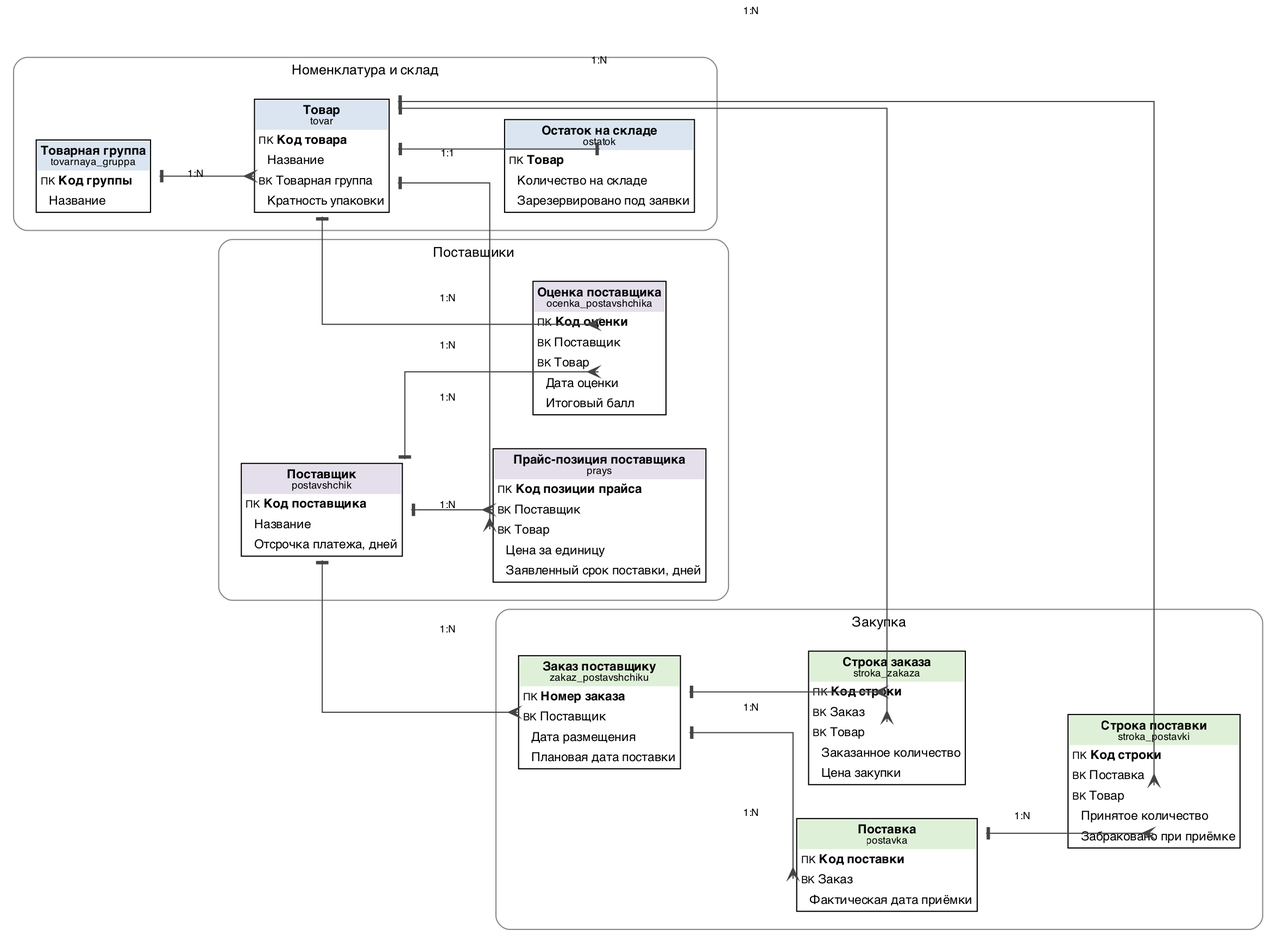
Above: img/er_zakupka.png in VadFaipin1/sppr-vybor-postavshchika (Graphviz), before the change. Its source is kept beside it as db/er_zakupka.dot.
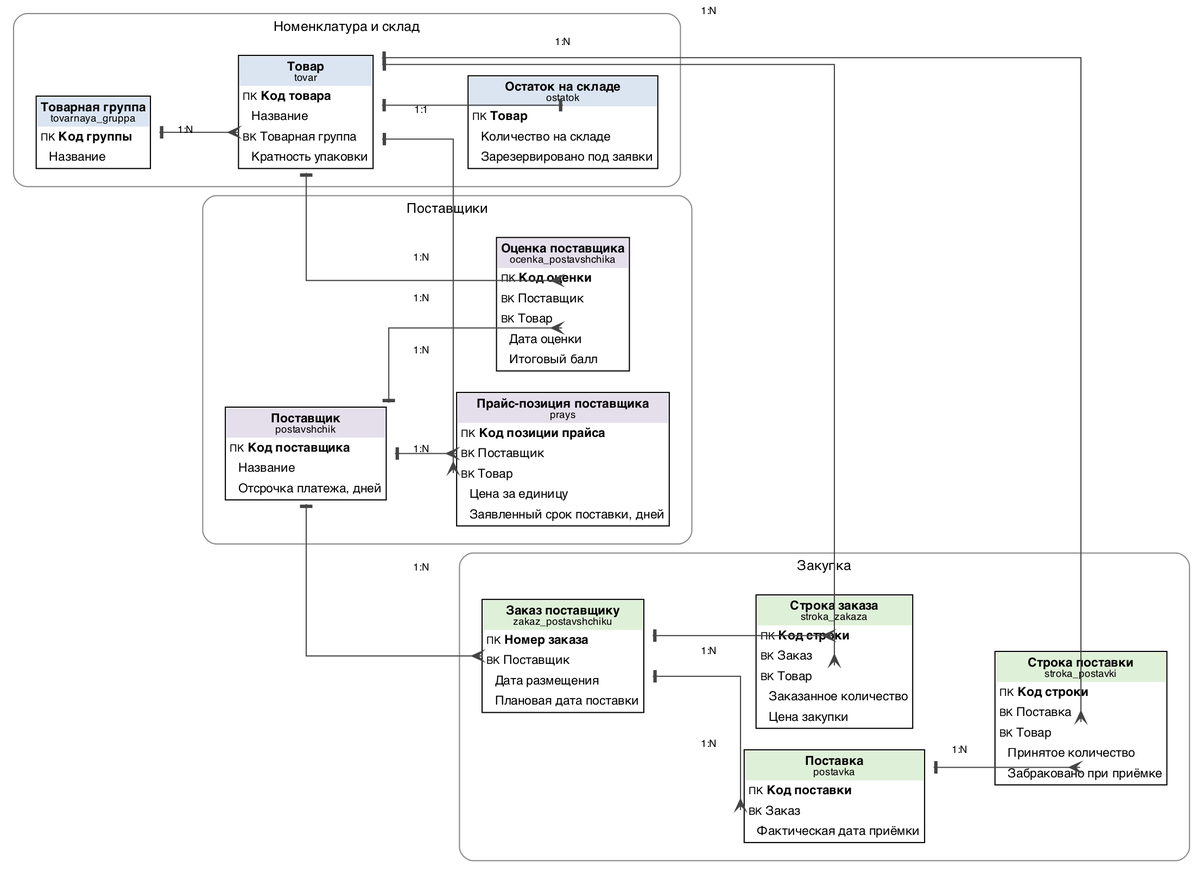
The same file after the commit.

The edit, as a diff of the source:
```diff
@@ -1,5 +1,5 @@
 digraph ER {
-  graph [rankdir=LR, splines=ortho, nodesep=0.30, ranksep=0.7, fontname="Times New Roman", fontsize=12, compound=true];
+  graph [rankdir=LR, splines=ortho, nodesep=0.15, ranksep=0.45, fontname="Times New Roman", fontsize=12, compound=true];
   node [shape=plaintext, fontname="Times New Roman", fontsize=11];
   edge [fontname="Times New Roman", fontsize=9, dir=both, color="#444444"];
   subgraph cluster_0 {
```
